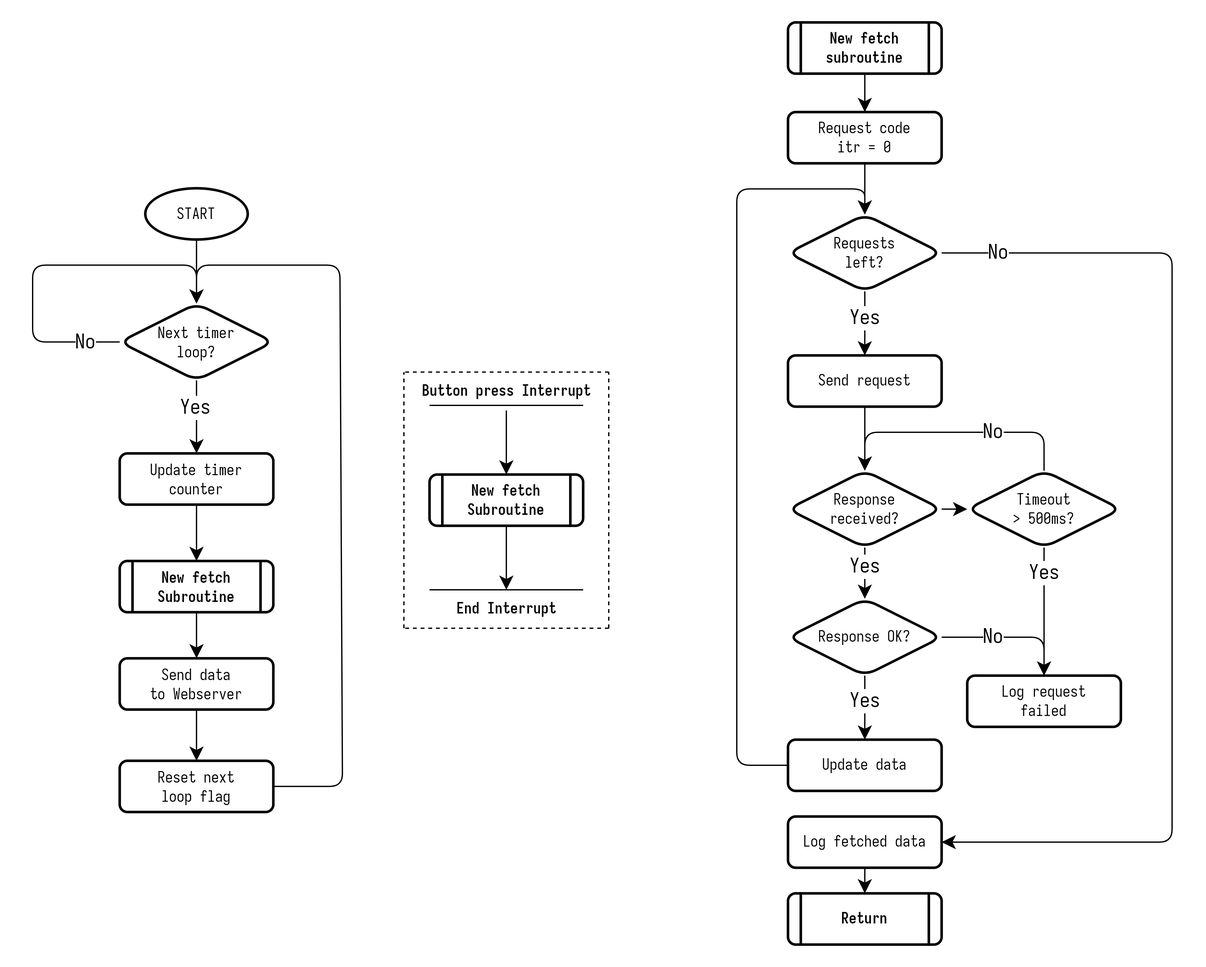
This is images/MASTER-loop-flowchart.png from utbrott/lora-psn, a draw.io export, as it was before one commit. Source tidied: cells renumbered, new cells last; positions are measured from the earlier drawing's top-left corner, leaving out a move shared by most shapes.
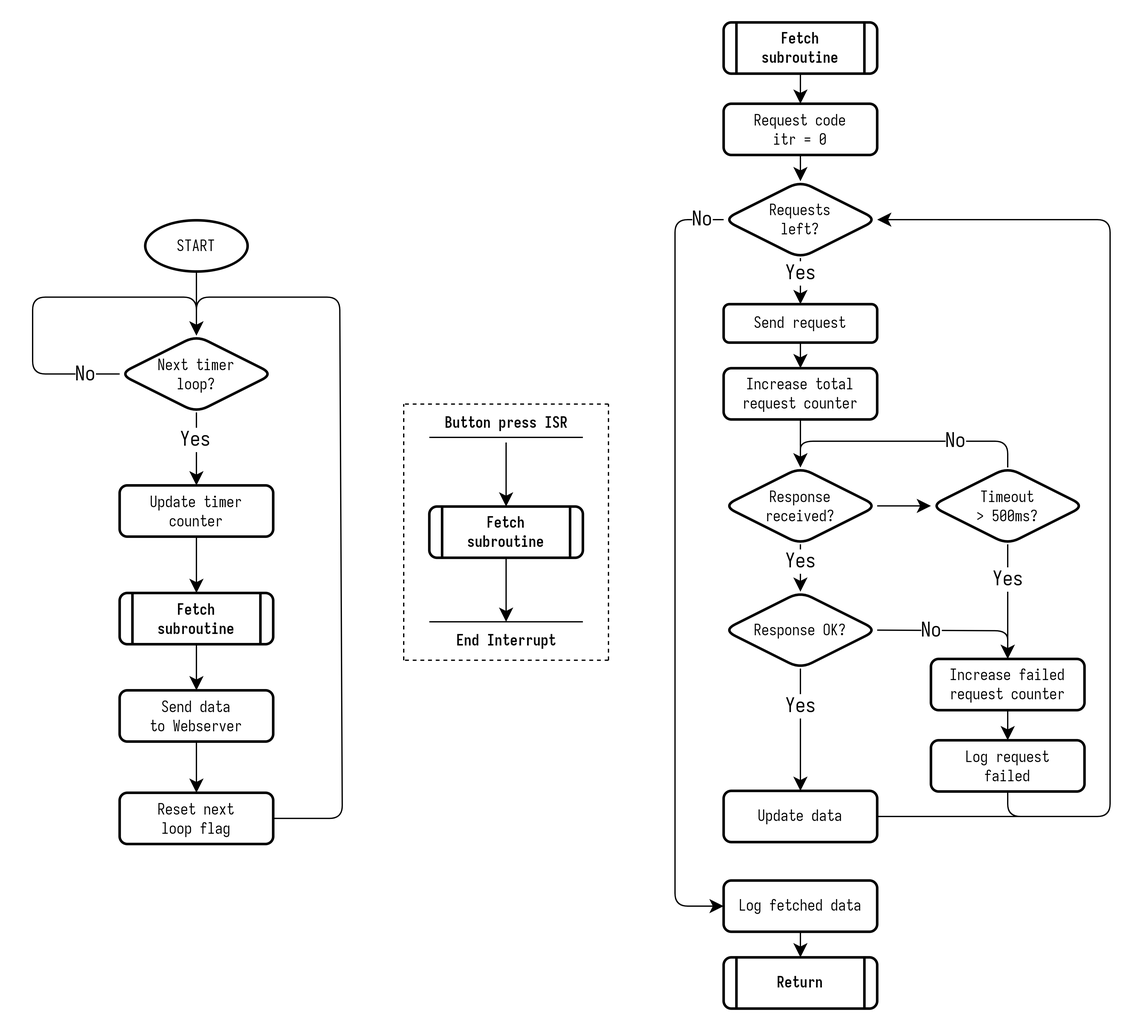
Later version of the same file.

The edit, as a diff of the source:
```diff
@@ -9,49 +9,49 @@
       <mxGeometry x="-0.26" y="-1" relative="1" as="geometry" />
     </mxCell>
     <mxCell id="4" value="Next timer&lt;br&gt;loop?" style="rhombus;whiteSpace=wrap;html=1;fontFamily=Iosevka;fontSize=12;strokeWidth=2;rounded=1;" parent="1" vertex="1">
-      <mxGeometry x="68" y="219.5" width="120" height="60" as="geometry" />
+      <mxGeometry x="92" y="219.5" width="120" height="60" as="geometry" />
     </mxCell>
     <mxCell id="5" style="edgeStyle=orthogonalEdgeStyle;rounded=1;jettySize=auto;html=1;exitX=0.5;exitY=1;exitDx=0;exitDy=0;exitPerimeter=0;entryX=0.5;entryY=0;entryDx=0;entryDy=0;" parent="1" edge="1" source="6" target="4">
       <mxGeometry relative="1" as="geometry" />
     </mxCell>
     <mxCell id="6" value="START" style="strokeWidth=2;html=1;shape=mxgraph.flowchart.start_1;whiteSpace=wrap;fontFamily=Iosevka;rounded=1;" parent="1" vertex="1">
-      <mxGeometry x="88" y="129.5" width="80" height="40" as="geometry" />
+      <mxGeometry x="112" y="129.5" width="80" height="40" as="geometry" />
     </mxCell>
     <mxCell id="7" style="edgeStyle=none;curved=1;rounded=0;jettySize=auto;html=1;exitX=0.5;exitY=1;exitDx=0;exitDy=0;entryX=0.5;entryY=0;entryDx=0;entryDy=0;fontSize=12;startSize=8;endSize=8;" parent="1" edge="1" source="8" target="25">
       <mxGeometry relative="1" as="geometry" />
     </mxCell>
     <mxCell id="8" value="Request code&lt;br&gt;itr = 0" style="rounded=1;whiteSpace=wrap;html=1;fontSize=12;glass=0;strokeWidth=2;shadow=0;fontFamily=Iosevka;" parent="1" vertex="1">
-      <mxGeometry x="590" y="70" width="120" height="40" as="geometry" />
+      <mxGeometry x="564" y="38.5" width="120" height="40" as="geometry" />
     </mxCell>
-    <mxCell id="9" style="edgeStyle=none;curved=1;rounded=0;jettySize=auto;html=1;fontSize=12;startSize=8;endSize=8;" parent="1" edge="1" source="10" target="33">
+    <mxCell id="9" style="edgeStyle=none;curved=1;rounded=0;jettySize=auto;html=1;fontSize=12;startSize=8;endSize=8;" parent="1" edge="1" source="10" target="76">
       <mxGeometry relative="1" as="geometry" />
     </mxCell>
     <mxCell id="10" value="Send request" style="rounded=1;whiteSpace=wrap;html=1;fontSize=12;glass=0;strokeWidth=2;shadow=0;fontFamily=Iosevka;" parent="1" vertex="1">
-      <mxGeometry x="590" y="260" width="120" height="40" as="geometry" />
+      <mxGeometry x="564" y="195" width="120" height="30" as="geometry" />
     </mxCell>
     <mxCell id="11" style="edgeStyle=none;curved=1;rounded=0;jettySize=auto;html=1;fontSize=12;startSize=8;endSize=8;" parent="1" edge="1" source="12" target="48">
       <mxGeometry relative="1" as="geometry" />
     </mxCell>
-    <mxCell id="12" value="Button press Interrupt" style="text;html=1;align=center;verticalAlign=middle;points=[];strokeColor=none;fillColor=none;fontSize=12;fontFamily=Iosevka;fontStyle=1;rounded=1;" parent="1" vertex="1">
-      <mxGeometry x="290" y="273" width="160" height="30" as="geometry" />
+    <mxCell id="12" value="Button press ISR" style="text;html=1;align=center;verticalAlign=middle;points=[];strokeColor=none;fillColor=none;fontSize=12;fontFamily=Iosevka;fontStyle=1;rounded=1;" parent="1" vertex="1">
+      <mxGeometry x="334" y="273" width="120" height="30" as="geometry" />
     </mxCell>
     <mxCell id="13" style="endArrow=none;html=1;rounded=1;fontSize=12;startSize=8;endSize=8;curved=1;" parent="1" edge="1">
       <mxGeometry relative="1" as="geometry">
-        <mxPoint x="310" y="299" as="sourcePoint" />
-        <mxPoint x="430" y="299" as="targetPoint" />
+        <mxPoint x="334" y="299" as="sourcePoint" />
+        <mxPoint x="454" y="299" as="targetPoint" />
       </mxGeometry>
     </mxCell>
     <mxCell id="14" style="endArrow=none;html=1;rounded=1;fontSize=12;startSize=8;endSize=8;curved=1;" parent="1" edge="1">
       <mxGeometry relative="1" as="geometry">
-        <mxPoint x="310" y="443" as="sourcePoint" />
-        <mxPoint x="430" y="443" as="targetPoint" />
+        <mxPoint x="334" y="443" as="sourcePoint" />
+        <mxPoint x="454" y="443" as="targetPoint" />
       </mxGeometry>
     </mxCell>
     <mxCell id="15" value="End Interrupt" style="text;html=1;align=center;verticalAlign=middle;points=[];strokeColor=none;fillColor=none;fontSize=12;fontFamily=Iosevka;fontStyle=1;rounded=1;" parent="1" vertex="1">
-      <mxGeometry x="320" y="443" width="100" height="30" as="geometry" />
+      <mxGeometry x="344" y="443" width="100" height="30" as="geometry" />
     </mxCell>
     <mxCell id="16" style="group;rounded=1;" parent="1" vertex="1">
-      <mxGeometry x="290" y="273" width="160" height="200" as="geometry" />
+      <mxGeometry x="314" y="273" width="160" height="200" as="geometry" />
     </mxCell>
     <mxCell id="17" style="endArrow=none;dashed=1;html=1;rounded=1;fontSize=12;startSize=8;endSize=8;curved=1;" parent="16" edge="1">
       <mxGeometry relative="1" as="geometry">
@@ -82,37 +82,37 @@
     </mxCell>
     <mxCell id="22" value="Yes" style="edgeLabel;html=1;align=center;verticalAlign=middle;fontSize=16;fontFamily=Iosevka;" parent="21" vertex="1">
       <mxGeometry x="-0.43" relative="1" as="geometry">
-        <mxPoint y="6" as="offset" />
+        <mxPoint y="2" as="offset" />
       </mxGeometry>
     </mxCell>
-    <mxCell id="23" style="edgeStyle=none;rounded=1;jettySize=auto;html=1;exitX=1;exitY=0.5;exitDx=0;exitDy=0;fontSize=12;startSize=8;endSize=8;entryX=1;entryY=0.5;entryDx=0;entryDy=0;" parent="1" edge="1" source="25" target="27">
+    <mxCell id="23" style="edgeStyle=none;rounded=1;jettySize=auto;html=1;exitX=0;exitY=0.5;exitDx=0;exitDy=0;fontSize=12;startSize=8;endSize=8;entryX=0;entryY=0.5;entryDx=0;entryDy=0;" parent="1" edge="1" source="25" target="27">
       <mxGeometry relative="1" as="geometry">
         <Array as="points">
-          <mxPoint x="890" y="180" />
-          <mxPoint x="890" y="640" />
+          <mxPoint x="526" y="129" />
+          <mxPoint x="526" y="665" />
         </Array>
       </mxGeometry>
     </mxCell>
     <mxCell id="24" value="No" style="edgeLabel;html=1;align=center;verticalAlign=middle;fontSize=16;fontFamily=Iosevka;" parent="23" vertex="1">
       <mxGeometry x="-0.9" y="2" relative="1" as="geometry">
-        <mxPoint y="2" as="offset" />
+        <mxPoint x="14" y="-2" as="offset" />
       </mxGeometry>
     </mxCell>
     <mxCell id="25" value="Requests&lt;br&gt;left?" style="rhombus;whiteSpace=wrap;html=1;fontFamily=Iosevka;fontSize=12;strokeWidth=2;rounded=1;" parent="1" vertex="1">
-      <mxGeometry x="590" y="150" width="120" height="60" as="geometry" />
+      <mxGeometry x="564" y="99" width="120" height="60" as="geometry" />
     </mxCell>
     <mxCell id="26" style="edgeStyle=none;curved=1;rounded=0;jettySize=auto;html=1;exitX=0.5;exitY=1;exitDx=0;exitDy=0;entryX=0.5;entryY=0;entryDx=0;entryDy=0;fontSize=12;startSize=8;endSize=8;" parent="1" edge="1" source="27" target="56">
       <mxGeometry relative="1" as="geometry" />
     </mxCell>
     <mxCell id="27" value="Log fetched data" style="rounded=1;whiteSpace=wrap;html=1;fontSize=12;glass=0;strokeWidth=2;shadow=0;fontFamily=Iosevka;" parent="1" vertex="1">
-      <mxGeometry x="590" y="620" width="120" height="40" as="geometry" />
+      <mxGeometry x="564" y="645" width="120" height="40" as="geometry" />
     </mxCell>
     <mxCell id="28" style="endArrow=classic;html=1;rounded=1;fontSize=12;startSize=8;endSize=8;exitX=0;exitY=0.5;exitDx=0;exitDy=0;entryX=0.5;entryY=0;entryDx=0;entryDy=0;" parent="1" edge="1" source="4" target="4">
       <mxGeometry relative="1" as="geometry">
         <Array as="points">
-          <mxPoint y="249.5" />
-          <mxPoint y="189.5" />
-          <mxPoint x="128" y="189.5" />
+          <mxPoint x="24" y="249.5" />
+          <mxPoint x="24" y="189.5" />
+          <mxPoint x="152" y="189.5" />
         </Array>
       </mxGeometry>
     </mxCell>
@@ -133,19 +133,19 @@
       </mxGeometry>
     </mxCell>
     <mxCell id="33" value="Response&lt;br&gt;received?" style="rhombus;whiteSpace=wrap;html=1;fontFamily=Iosevka;fontSize=12;strokeWidth=2;rounded=1;" parent="1" vertex="1">
-      <mxGeometry x="590" y="350" width="120" height="60" as="geometry" />
+      <mxGeometry x="564" y="322.5" width="120" height="60" as="geometry" />
     </mxCell>
     <mxCell id="34" style="edgeStyle=none;rounded=1;jettySize=auto;html=1;fontSize=12;startSize=8;endSize=8;entryX=0.5;entryY=0;entryDx=0;entryDy=0;" parent="1" edge="1" source="38" target="33">
       <mxGeometry relative="1" as="geometry">
         <Array as="points">
-          <mxPoint x="790" y="320" />
-          <mxPoint x="650" y="320" />
+          <mxPoint x="786" y="302" />
+          <mxPoint x="624" y="302" />
         </Array>
       </mxGeometry>
     </mxCell>
     <mxCell id="35" value="No" style="edgeLabel;html=1;align=center;verticalAlign=middle;fontSize=16;fontFamily=Iosevka;" parent="34" vertex="1">
       <mxGeometry x="-0.8" y="-1" relative="1" as="geometry">
-        <mxPoint x="-41" y="-10" as="offset" />
+        <mxPoint x="-41" y="1" as="offset" />
       </mxGeometry>
     </mxCell>
     <mxCell id="36" style="edgeStyle=none;curved=1;rounded=0;jettySize=auto;html=1;fontSize=12;startSize=8;endSize=8;" parent="1" edge="1" source="38" target="39">
@@ -153,19 +153,22 @@
     </mxCell>
     <mxCell id="37" value="Yes" style="edgeLabel;html=1;align=center;verticalAlign=middle;fontSize=16;fontFamily=Iosevka;" parent="36" vertex="1">
       <mxGeometry x="-0.28" relative="1" as="geometry">
-        <mxPoint y="-16" as="offset" />
+        <mxPoint y="-5" as="offset" />
       </mxGeometry>
     </mxCell>
     <mxCell id="38" value="Timeout&lt;br&gt;&amp;gt; 500ms?" style="rhombus;whiteSpace=wrap;html=1;fontFamily=Iosevka;fontSize=12;strokeWidth=2;rounded=1;" parent="1" vertex="1">
-      <mxGeometry x="730" y="350" width="120" height="60" as="geometry" />
+      <mxGeometry x="726" y="322.5" width="120" height="60" as="geometry" />
     </mxCell>
+    <mxCell id="72" style="edgeStyle=none;curved=1;rounded=0;jettySize=auto;html=1;fontSize=12;startSize=8;endSize=8;" parent="1" edge="1" source="39" target="74">
+      <mxGeometry relative="1" as="geometry" />
+    </mxCell>
-    <mxCell id="39" value="Log request&lt;br&gt;failed" style="rounded=1;whiteSpace=wrap;html=1;fontSize=12;glass=0;strokeWidth=2;shadow=0;fontFamily=Iosevka;" parent="1" vertex="1">
-      <mxGeometry x="730" y="510" width="120" height="40" as="geometry" />
+    <mxCell id="39" value="Increase failed&lt;br&gt;request counter" style="rounded=1;whiteSpace=wrap;html=1;fontSize=12;glass=0;strokeWidth=2;shadow=0;fontFamily=Iosevka;" parent="1" vertex="1">
+      <mxGeometry x="726" y="472" width="120" height="40" as="geometry" />
     </mxCell>
     <mxCell id="40" style="edgeStyle=none;rounded=1;jettySize=auto;html=1;exitX=1;exitY=0.5;exitDx=0;exitDy=0;fontSize=12;startSize=8;endSize=8;entryX=0.5;entryY=0;entryDx=0;entryDy=0;" parent="1" edge="1" source="44" target="39">
       <mxGeometry relative="1" as="geometry">
         <Array as="points">
-          <mxPoint x="790" y="480" />
+          <mxPoint x="786" y="450" />
         </Array>
       </mxGeometry>
     </mxCell>
@@ -183,24 +186,20 @@
       </mxGeometry>
     </mxCell>
     <mxCell id="44" value="Response OK?" style="rhombus;whiteSpace=wrap;html=1;fontFamily=Iosevka;fontSize=12;strokeWidth=2;rounded=1;" parent="1" vertex="1">
-      <mxGeometry x="590" y="450" width="120" height="60" as="geometry" />
+      <mxGeometry x="564" y="419.5" width="120" height="60" as="geometry" />
     </mxCell>
-    <mxCell id="45" style="edgeStyle=none;rounded=1;jettySize=auto;html=1;fontSize=12;startSize=8;endSize=8;entryX=0.5;entryY=0;entryDx=0;entryDy=0;" parent="1" edge="1" source="46" target="25">
+    <mxCell id="45" style="edgeStyle=none;rounded=1;jettySize=auto;html=1;fontSize=12;startSize=8;endSize=8;exitX=1;exitY=0.5;exitDx=0;exitDy=0;endArrow=none;endFill=0;" parent="1" edge="1" source="46">
       <mxGeometry relative="1" as="geometry">
-        <Array as="points">
-          <mxPoint x="550" y="580" />
-          <mxPoint x="550" y="130" />
-          <mxPoint x="650" y="130" />
-        </Array>
+        <mxPoint x="846" y="595" as="targetPoint" />
       </mxGeometry>
     </mxCell>
     <mxCell id="46" value="Update data" style="rounded=1;whiteSpace=wrap;html=1;fontSize=12;glass=0;strokeWidth=2;shadow=0;fontFamily=Iosevka;" parent="1" vertex="1">
-      <mxGeometry x="590" y="560" width="120" height="40" as="geometry" />
+      <mxGeometry x="564" y="575" width="120" height="40" as="geometry" />
     </mxCell>
     <mxCell id="47" style="group;" parent="1" vertex="1">
-      <mxGeometry x="310" y="353" width="120" height="40" as="geometry" />
+      <mxGeometry x="334" y="353" width="120" height="40" as="geometry" />
     </mxCell>
-    <mxCell id="48" value="&lt;b&gt;New fetch&lt;br&gt;Subroutine&lt;/b&gt;" style="rounded=1;whiteSpace=wrap;html=1;fontSize=12;glass=0;strokeWidth=2;shadow=0;fontFamily=Iosevka;" parent="47" vertex="1">
+    <mxCell id="48" value="&lt;b&gt;Fetch&lt;br&gt;subroutine&lt;/b&gt;" style="rounded=1;whiteSpace=wrap;html=1;fontSize=12;glass=0;strokeWidth=2;shadow=0;fontFamily=Iosevka;" parent="47" vertex="1">
       <mxGeometry width="120" height="40" as="geometry" />
     </mxCell>
     <mxCell id="49" style="endArrow=none;html=1;rounded=0;fontSize=12;startSize=8;endSize=8;curved=1;strokeWidth=2;" parent="47" edge="1">
@@ -216,9 +215,9 @@
       </mxGeometry>
     </mxCell>
     <mxCell id="51" style="group;" parent="1" vertex="1">
-      <mxGeometry x="590" width="120" height="40" as="geometry" />
+      <mxGeometry x="564" y="-25" width="120" height="40" as="geometry" />
     </mxCell>
-    <mxCell id="52" value="&lt;b&gt;New fetch subroutine&lt;/b&gt;" style="rounded=1;whiteSpace=wrap;html=1;fontSize=12;glass=0;strokeWidth=2;shadow=0;fontFamily=Iosevka;" parent="51" vertex="1">
+    <mxCell id="52" value="&lt;b&gt;Fetch&lt;br&gt;subroutine&lt;br&gt;&lt;/b&gt;" style="rounded=1;whiteSpace=wrap;html=1;fontSize=12;glass=0;strokeWidth=2;shadow=0;fontFamily=Iosevka;" parent="51" vertex="1">
       <mxGeometry width="120" height="40" as="geometry" />
     </mxCell>
     <mxCell id="53" style="endArrow=none;html=1;rounded=0;fontSize=12;startSize=8;endSize=8;curved=1;strokeWidth=2;" parent="51" edge="1">
@@ -234,7 +233,7 @@
       </mxGeometry>
     </mxCell>
     <mxCell id="55" style="group;" parent="1" vertex="1">
-      <mxGeometry x="590" y="680" width="120" height="40" as="geometry" />
+      <mxGeometry x="564" y="705" width="120" height="40" as="geometry" />
     </mxCell>
     <mxCell id="56" value="&lt;b&gt;Return&lt;/b&gt;" style="rounded=1;whiteSpace=wrap;html=1;fontSize=12;glass=0;strokeWidth=2;shadow=0;fontFamily=Iosevka;" parent="55" vertex="1">
       <mxGeometry width="120" height="40" as="geometry" />
@@ -258,9 +257,9 @@
       <mxGeometry relative="1" as="geometry" />
     </mxCell>
     <mxCell id="61" style="group;" parent="1" vertex="1">
-      <mxGeometry x="68" y="420.5" width="120" height="40" as="geometry" />
+      <mxGeometry x="92" y="420.5" width="120" height="40" as="geometry" />
     </mxCell>
-    <mxCell id="62" value="&lt;b&gt;New fetch&lt;br&gt;Subroutine&lt;/b&gt;" style="rounded=1;whiteSpace=wrap;html=1;fontSize=12;glass=0;strokeWidth=2;shadow=0;fontFamily=Iosevka;" parent="61" vertex="1">
+    <mxCell id="62" value="&lt;b&gt;Fetch&lt;br&gt;subroutine&lt;/b&gt;" style="rounded=1;whiteSpace=wrap;html=1;fontSize=12;glass=0;strokeWidth=2;shadow=0;fontFamily=Iosevka;" parent="61" vertex="1">
       <mxGeometry width="120" height="40" as="geometry" />
     </mxCell>
     <mxCell id="63" style="endArrow=none;html=1;rounded=0;fontSize=12;startSize=8;endSize=8;curved=1;strokeWidth=2;" parent="61" edge="1">
@@ -279,19 +278,19 @@
       <mxGeometry relative="1" as="geometry" />
     </mxCell>
     <mxCell id="66" value="Update timer&lt;br&gt;counter" style="rounded=1;whiteSpace=wrap;html=1;fontSize=12;glass=0;strokeWidth=2;shadow=0;fontFamily=Iosevka;" parent="1" vertex="1">
-      <mxGeometry x="68" y="336.5" width="120" height="40" as="geometry" />
+      <mxGeometry x="92" y="336.5" width="120" height="40" as="geometry" />
     </mxCell>
     <mxCell id="67" style="edgeStyle=none;rounded=1;jettySize=auto;html=1;fontSize=12;startSize=8;endSize=8;entryX=0.5;entryY=0;entryDx=0;entryDy=0;exitX=1;exitY=0.5;exitDx=0;exitDy=0;" parent="1" edge="1" source="68" target="4">
       <mxGeometry relative="1" as="geometry">
         <Array as="points">
-          <mxPoint x="242" y="596.5" />
-          <mxPoint x="240" y="189.5" />
-          <mxPoint x="128" y="189.5" />
+          <mxPoint x="266" y="596.5" />
+          <mxPoint x="264" y="189.5" />
+          <mxPoint x="152" y="189.5" />
         </Array>
       </mxGeometry>
     </mxCell>
     <mxCell id="68" value="Reset next&lt;br&gt;loop flag" style="rounded=1;whiteSpace=wrap;html=1;fontSize=12;glass=0;strokeWidth=2;shadow=0;fontFamily=Iosevka;" parent="1" vertex="1">
-      <mxGeometry x="68" y="576.5" width="120" height="40" as="geometry" />
+      <mxGeometry x="92" y="576.5" width="120" height="40" as="geometry" />
     </mxCell>
     <mxCell id="69" style="edgeStyle=none;curved=1;rounded=0;jettySize=auto;html=1;exitX=0.5;exitY=1;exitDx=0;exitDy=0;fontSize=12;startSize=8;endSize=8;" parent="1" edge="1" source="62" target="71">
       <mxGeometry relative="1" as="geometry" />
@@ -300,7 +299,25 @@
       <mxGeometry relative="1" as="geometry" />
     </mxCell>
     <mxCell id="71" value="Send data&lt;br&gt;to Webserver" style="rounded=1;whiteSpace=wrap;html=1;fontSize=12;glass=0;strokeWidth=2;shadow=0;fontFamily=Iosevka;" parent="1" vertex="1">
-      <mxGeometry x="68" y="496.5" width="120" height="40" as="geometry" />
+      <mxGeometry x="92" y="496.5" width="120" height="40" as="geometry" />
     </mxCell>
+    <mxCell id="73" style="edgeStyle=none;rounded=1;jettySize=auto;html=1;fontSize=12;startSize=8;endSize=8;entryX=1;entryY=0.5;entryDx=0;entryDy=0;" parent="1" edge="1" source="74" target="25">
+      <mxGeometry relative="1" as="geometry">
+        <Array as="points">
+          <mxPoint x="786" y="595" />
+          <mxPoint x="866" y="595" />
+          <mxPoint x="866" y="129" />
+        </Array>
+      </mxGeometry>
+    </mxCell>
+    <mxCell id="74" value="Log request&lt;br&gt;failed" style="rounded=1;whiteSpace=wrap;html=1;fontSize=12;glass=0;strokeWidth=2;shadow=0;fontFamily=Iosevka;" parent="1" vertex="1">
+      <mxGeometry x="726" y="535.5" width="120" height="40" as="geometry" />
+    </mxCell>
+    <mxCell id="75" style="edgeStyle=none;curved=1;rounded=0;jettySize=auto;html=1;fontSize=12;startSize=8;endSize=8;" parent="1" edge="1" source="76" target="33">
+      <mxGeometry relative="1" as="geometry" />
+    </mxCell>
+    <mxCell id="76" value="Increase total&lt;br&gt;request counter" style="rounded=1;whiteSpace=wrap;html=1;fontSize=12;glass=0;strokeWidth=2;shadow=0;fontFamily=Iosevka;" parent="1" vertex="1">
+      <mxGeometry x="564" y="245" width="120" height="40" as="geometry" />
+    </mxCell>
   </root>
 </mxGraphModel>
```
